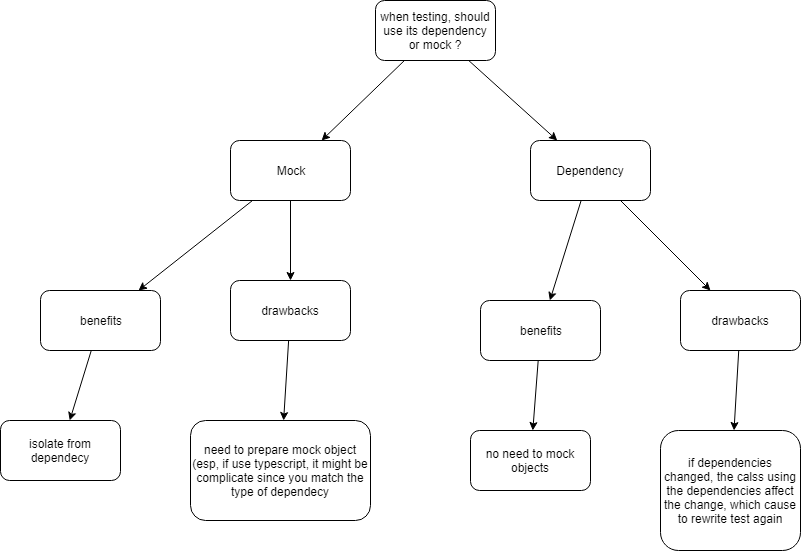
This is mocking_vs_dependency.png from stsiwo/UnitTest, a draw.io export, as it was before one commit. Source tidied: cells renumbered, new cells last; positions are measured from the earlier drawing's top-left corner, leaving out a move shared by most shapes.
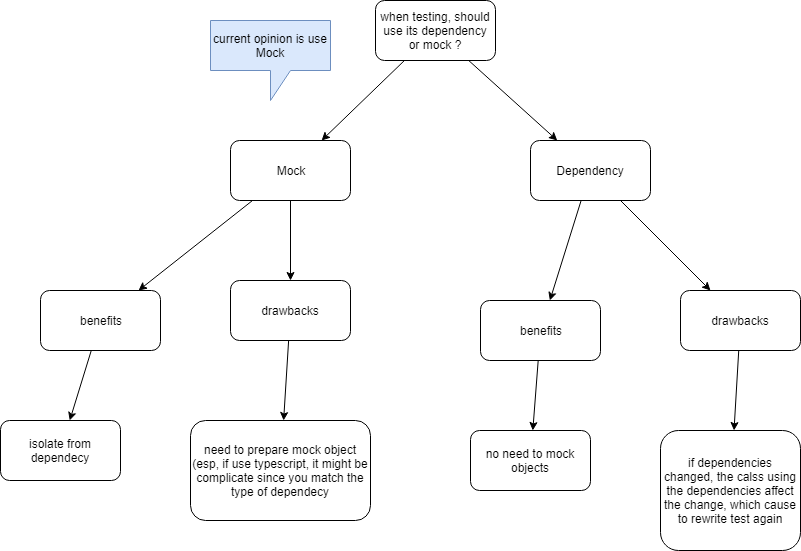
The same file after the commit.

The edit, as a diff of the source:
```diff
@@ -65,5 +65,8 @@
     <mxCell id="22" value="isolate from dependecy" style="rounded=1;whiteSpace=wrap;html=1;" parent="1" vertex="1">
       <mxGeometry y="420" width="120" height="60" as="geometry" />
     </mxCell>
+    <mxCell id="23" value="current opinion is use Mock" style="shape=callout;whiteSpace=wrap;html=1;perimeter=calloutPerimeter;fillColor=#dae8fc;strokeColor=#6c8ebf;" parent="1" vertex="1">
+      <mxGeometry x="210" y="20" width="120" height="80" as="geometry" />
+    </mxCell>
   </root>
 </mxGraphModel>
```
